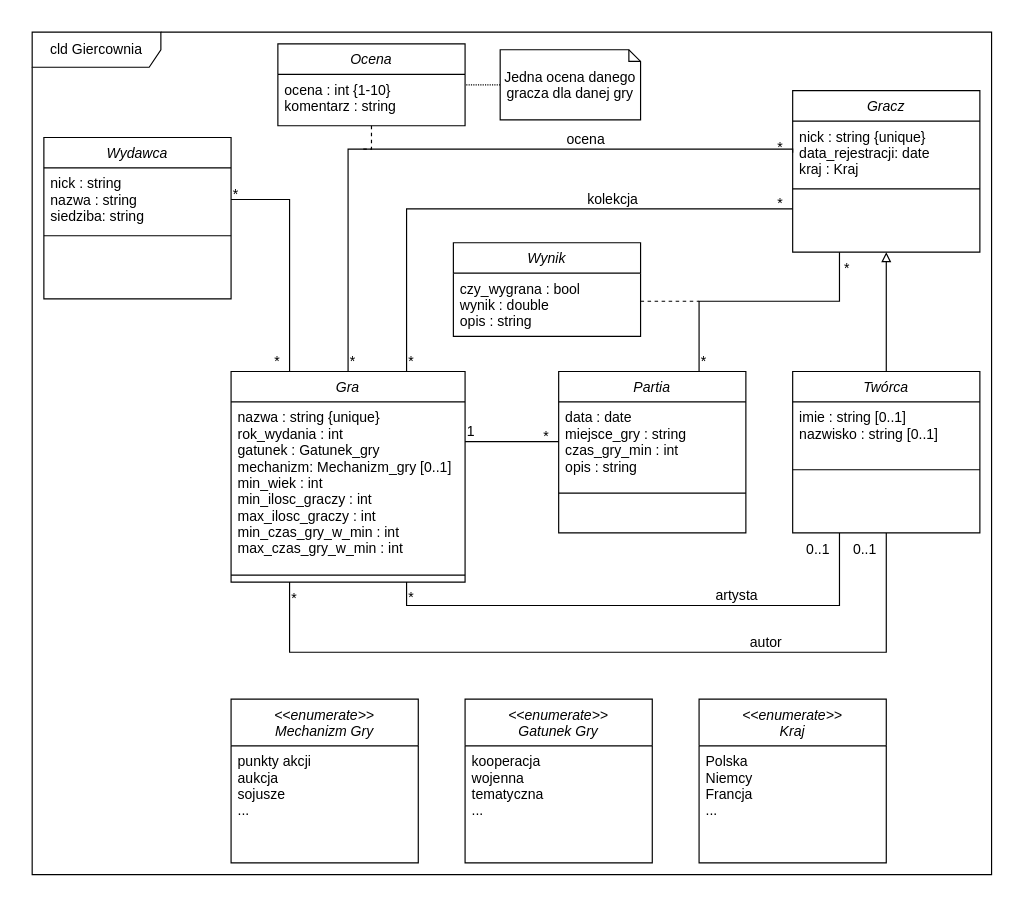
Before: MP0/tin_zaoczne_18c_s17524_model.drawio in BielinskiLukasz/TIN, a draw.io diagram. Source tidied: cells renumbered, new cells numbered last; positions are measured from the earlier drawing's top-left corner, leaving out a move shared by most shapes. Both pictures are drawn from the tidied source at 117%, with x=0, y=0 at pixel (20, 20).
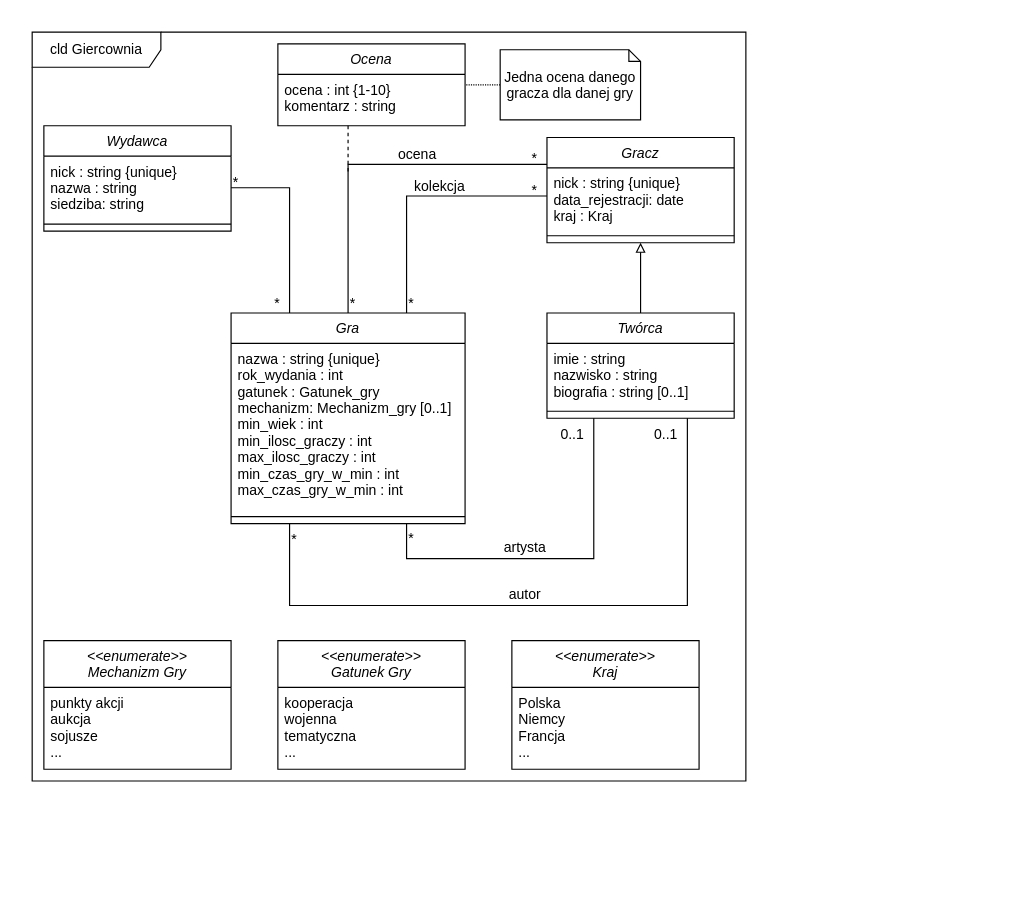
The same page after the edit.

Unchanged cells that the change refers to:
```xml
<mxCell id="14" value="nick : string {unique}&#10;data_rejestracji: date&#10;kraj : Kraj" style="text;align=left;verticalAlign=top;spacingLeft=4;spacingRight=4;overflow=hidden;points=[[0,0.5],[1,0.5]];portConstraint=eastwest;" parent="13" vertex="1">
  <mxGeometry y="26" width="160" height="54" as="geometry" />
</mxCell>
<mxCell id="45" value="Ocena" style="swimlane;fontStyle=2;align=center;verticalAlign=top;horizontal=1;startSize=26;rounded=0;shadow=0;strokeWidth=1;" parent="1" vertex="1">
  <mxGeometry x="220" y="20" width="160" height="70" as="geometry" />
</mxCell>
```

Diff of the diagram source:
```diff
@@
     <mxCell id="2" style="rounded=0;whiteSpace=wrap;html=1;strokeColor=#FFFFFF;" parent="1" vertex="1">
-      <mxGeometry width="840" height="740" as="geometry" />
+      <mxGeometry width="630" height="660" as="geometry" />
     </mxCell>
     <mxCell id="3" value="cld Giercownia" style="shape=umlFrame;whiteSpace=wrap;html=1;width=110;height=30;" parent="1" vertex="1">
-      <mxGeometry x="10" y="10" width="820" height="720" as="geometry" />
+      <mxGeometry x="10" y="10" width="610" height="640" as="geometry" />
     </mxCell>
     <mxCell id="4" value="Gra" style="swimlane;fontStyle=2;align=center;verticalAlign=top;horizontal=1;startSize=26;rounded=0;shadow=0;strokeWidth=1;" parent="1" vertex="1">
-      <mxGeometry x="180" y="300" width="200" height="180" as="geometry" />
+      <mxGeometry x="180" y="250" width="200" height="180" as="geometry" />
     </mxCell>
@@
-    <mxCell id="7" style="endArrow=none;shadow=0;strokeWidth=1;rounded=0;endFill=0;edgeStyle=elbowEdgeStyle;elbow=vertical;" parent="1" edge="1" source="4" target="11">
-      <mxGeometry x="0.5" y="41" relative="1" as="geometry">
-        <Array as="points">
-          <mxPoint x="385" y="360" />
-        </Array>
-        <mxPoint x="-40" y="32" as="offset" />
-      </mxGeometry>
-    </mxCell>
-    <mxCell id="8" value="1" style="align=left;verticalAlign=bottom;labelBackgroundColor=none;fontSize=12;" parent="7" vertex="1">
-      <mxGeometry x="-1" relative="1" as="geometry" />
-    </mxCell>
-    <mxCell id="9" value="*" style="align=right;verticalAlign=bottom;labelBackgroundColor=none;fontSize=12;" parent="7" vertex="1">
-      <mxGeometry x="1" relative="1" as="geometry">
-        <mxPoint x="-7" y="4" as="offset" />
-      </mxGeometry>
-    </mxCell>
-    <mxCell id="10" value="Partia" style="swimlane;fontStyle=2;align=center;verticalAlign=top;horizontal=1;startSize=26;rounded=0;shadow=0;strokeWidth=1;" parent="1" vertex="1">
-      <mxGeometry x="460" y="300" width="160" height="138" as="geometry" />
-    </mxCell>
-    <mxCell id="11" value="data : date&#10;miejsce_gry : string&#10;czas_gry_min : int&#10;opis : string" style="text;align=left;verticalAlign=top;spacingLeft=4;spacingRight=4;overflow=hidden;points=[[0,0.5],[1,0.5]];portConstraint=eastwest;" parent="10" vertex="1">
-      <mxGeometry y="26" width="160" height="74" as="geometry" />
-    </mxCell>
-    <mxCell id="12" style="line;html=1;strokeWidth=1;align=left;verticalAlign=middle;spacingTop=-1;spacingLeft=3;spacingRight=3;labelPosition=right;" parent="10" vertex="1">
-      <mxGeometry y="100" width="160" height="8" as="geometry" />
-    </mxCell>
     <mxCell id="13" value="Gracz" style="swimlane;fontStyle=2;align=center;verticalAlign=top;horizontal=1;startSize=26;rounded=0;shadow=0;strokeWidth=1;" parent="1" vertex="1">
-      <mxGeometry x="660" y="60" width="160" height="138" as="geometry" />
+      <mxGeometry x="450" y="100" width="160" height="90" as="geometry" />
     </mxCell>
@@
     <mxCell id="16" value="&lt;&lt;enumerate&gt;&gt;&#10;Kraj" style="swimlane;fontStyle=2;align=center;verticalAlign=top;horizontal=1;startSize=40;rounded=0;shadow=0;strokeWidth=1;" parent="1" vertex="1">
-      <mxGeometry x="580" y="580" width="160" height="140" as="geometry" />
+      <mxGeometry x="420" y="530" width="160" height="110" as="geometry" />
     </mxCell>
     <mxCell id="17" value="Polska&#10;Niemcy&#10;Francja&#10;..." style="text;align=left;verticalAlign=top;spacingLeft=4;spacingRight=4;overflow=hidden;" parent="16" vertex="1">
-      <mxGeometry y="40" width="160" height="100" as="geometry" />
+      <mxGeometry y="40" width="160" height="70" as="geometry" />
     </mxCell>
     <mxCell id="18" value="&lt;&lt;enumerate&gt;&gt;&#10;Gatunek Gry" style="swimlane;fontStyle=2;align=center;verticalAlign=top;horizontal=1;startSize=40;rounded=0;shadow=0;strokeWidth=1;" parent="1" vertex="1">
-      <mxGeometry x="380" y="580" width="160" height="140" as="geometry" />
+      <mxGeometry x="220" y="530" width="160" height="110" as="geometry" />
     </mxCell>
     <mxCell id="19" value="kooperacja&#10;wojenna&#10;tematyczna&#10;..." style="text;align=left;verticalAlign=top;spacingLeft=4;spacingRight=4;overflow=hidden;" parent="18" vertex="1">
-      <mxGeometry y="40" width="160" height="100" as="geometry" />
+      <mxGeometry y="40" width="160" height="70" as="geometry" />
     </mxCell>
     <mxCell id="20" value="Wydawca" style="swimlane;fontStyle=2;align=center;verticalAlign=top;horizontal=1;startSize=26;rounded=0;shadow=0;strokeWidth=1;" parent="1" vertex="1">
-      <mxGeometry x="20" y="100" width="160" height="138" as="geometry" />
+      <mxGeometry x="20" y="90" width="160" height="90" as="geometry" />
     </mxCell>
-    <mxCell id="21" value="nick : string&#10;nazwa : string&#10;siedziba: string" style="text;align=left;verticalAlign=top;spacingLeft=4;spacingRight=4;overflow=hidden;points=[[0,0.5],[1,0.5]];portConstraint=eastwest;" parent="20" vertex="1">
+    <mxCell id="21" value="nick : string {unique}&#10;nazwa : string&#10;siedziba: string" style="text;align=left;verticalAlign=top;spacingLeft=4;spacingRight=4;overflow=hidden;points=[[0,0.5],[1,0.5]];portConstraint=eastwest;" parent="20" vertex="1">
       <mxGeometry y="26" width="160" height="54" as="geometry" />
     </mxCell>
@@
-    <mxCell id="23" value="Wynik" style="swimlane;fontStyle=2;align=center;verticalAlign=top;horizontal=1;startSize=26;rounded=0;shadow=0;strokeWidth=1;" parent="1" vertex="1">
-      <mxGeometry x="370" y="190" width="160" height="80" as="geometry" />
-    </mxCell>
-    <mxCell id="24" value="czy_wygrana : bool&#10;wynik : double&#10;opis : string" style="text;align=left;verticalAlign=top;spacingLeft=4;spacingRight=4;overflow=hidden;" parent="23" vertex="1">
-      <mxGeometry y="26" width="160" height="44" as="geometry" />
-    </mxCell>
     <mxCell id="25" style="endArrow=none;shadow=0;strokeWidth=1;rounded=0;endFill=0;edgeStyle=elbowEdgeStyle;elbow=vertical;exitX=1;exitY=0.5;exitDx=0;exitDy=0;entryX=0.25;entryY=0;entryDx=0;entryDy=0;" parent="1" edge="1" source="21" target="4">
       <mxGeometry x="0.5" y="41" relative="1" as="geometry">
         <Array as="points">
-          <mxPoint x="210" y="153" />
-          <mxPoint x="90" y="153" />
-          <mxPoint x="100" y="160" />
+          <mxPoint x="210" y="143" />
+          <mxPoint x="90" y="103" />
+          <mxPoint x="100" y="110" />
         </Array>
         <mxPoint x="-40" y="32" as="offset" />
       </mxGeometry>
     </mxCell>
@@
-    <mxCell id="28" style="endArrow=none;shadow=0;strokeWidth=1;rounded=0;endFill=0;edgeStyle=elbowEdgeStyle;elbow=vertical;exitX=0.75;exitY=0;exitDx=0;exitDy=0;entryX=0.25;entryY=1;entryDx=0;entryDy=0;" parent="1" edge="1" source="10" target="13">
-      <mxGeometry x="0.5" y="41" relative="1" as="geometry">
-        <Array as="points">
-          <mxPoint x="640" y="240" />
-        </Array>
-        <mxPoint x="-40" y="32" as="offset" />
-      </mxGeometry>
-    </mxCell>
-    <mxCell id="29" value="*" style="align=left;verticalAlign=bottom;labelBackgroundColor=none;fontSize=12;" parent="28" vertex="1">
-      <mxGeometry x="-1" relative="1" as="geometry" />
-    </mxCell>
-    <mxCell id="30" value="*" style="align=right;verticalAlign=bottom;labelBackgroundColor=none;fontSize=12;" parent="28" vertex="1">
-      <mxGeometry x="1" relative="1" as="geometry">
-        <mxPoint x="10" y="22" as="offset" />
-      </mxGeometry>
-    </mxCell>
-    <mxCell id="31" style="endArrow=none;shadow=0;strokeWidth=1;rounded=0;endFill=0;edgeStyle=elbowEdgeStyle;elbow=vertical;exitX=0.75;exitY=0;exitDx=0;exitDy=0;entryX=0;entryY=0.5;entryDx=0;entryDy=0;" parent="1" edge="1" source="4">
+    <mxCell id="31" style="endArrow=none;shadow=0;strokeWidth=1;rounded=0;endFill=0;edgeStyle=elbowEdgeStyle;elbow=vertical;exitX=0.75;exitY=0;exitDx=0;exitDy=0;" parent="1" edge="1" source="4">
       <mxGeometry x="0.5" y="41" relative="1" as="geometry">
-        <mxPoint x="660" y="161" as="targetPoint" />
+        <mxPoint x="450" y="150" as="targetPoint" />
         <Array as="points">
-          <mxPoint x="360" y="161" />
+          <mxPoint x="390" y="150" />
+          <mxPoint x="400" y="160" />
+          <mxPoint x="390" y="103" />
         </Array>
         <mxPoint x="-40" y="32" as="offset" />
       </mxGeometry>
     </mxCell>
@@
-    <mxCell id="35" style="endArrow=none;shadow=0;strokeWidth=1;rounded=0;endFill=0;edgeStyle=elbowEdgeStyle;elbow=vertical;exitX=0.5;exitY=0;exitDx=0;exitDy=0;entryX=0;entryY=0.5;entryDx=0;entryDy=0;" parent="1" edge="1" source="4" target="14">
+    <mxCell id="35" style="endArrow=none;shadow=0;strokeWidth=1;rounded=0;endFill=0;edgeStyle=elbowEdgeStyle;elbow=vertical;exitX=0.5;exitY=0;exitDx=0;exitDy=0;entryX=0;entryY=0.25;entryDx=0;entryDy=0;" parent="1" edge="1" source="4" target="13">
       <mxGeometry x="0.5" y="41" relative="1" as="geometry">
         <Array as="points">
-          <mxPoint x="350" y="110" />
-          <mxPoint x="350" y="113" />
+          <mxPoint x="370" y="123" />
+          <mxPoint x="350" y="63" />
         </Array>
         <mxPoint x="-40" y="32" as="offset" />
       </mxGeometry>
     </mxCell>
@@
     <mxCell id="40" value="Twórca" style="swimlane;fontStyle=2;align=center;verticalAlign=top;horizontal=1;startSize=26;rounded=0;shadow=0;strokeWidth=1;" parent="1" vertex="1">
-      <mxGeometry x="660" y="300" width="160" height="138" as="geometry" />
+      <mxGeometry x="450" y="250" width="160" height="90" as="geometry" />
     </mxCell>
-    <mxCell id="41" value="imie : string [0..1]&#10;nazwisko : string [0..1]" style="text;align=left;verticalAlign=top;spacingLeft=4;spacingRight=4;overflow=hidden;" parent="40" vertex="1">
+    <mxCell id="41" value="imie : string&#10;nazwisko : string&#10;biografia : string [0..1]" style="text;align=left;verticalAlign=top;spacingLeft=4;spacingRight=4;overflow=hidden;" parent="40" vertex="1">
       <mxGeometry y="26" width="160" height="54" as="geometry" />
     </mxCell>
@@
-    <mxCell id="43" style="edgeStyle=orthogonalEdgeStyle;rounded=0;orthogonalLoop=1;jettySize=auto;html=1;endArrow=none;endFill=0;dashed=1;" parent="1" edge="1">
-      <mxGeometry relative="1" as="geometry">
-        <mxPoint x="530" y="240" as="sourcePoint" />
-        <mxPoint x="580" y="240" as="targetPoint" />
-        <Array as="points">
-          <mxPoint x="530" y="240" />
-        </Array>
-      </mxGeometry>
-    </mxCell>
     <mxCell id="44" style="edgeStyle=orthogonalEdgeStyle;rounded=0;jettySize=auto;html=1;dashed=1;endArrow=none;endFill=0;" parent="1" edge="1" source="45">
       <mxGeometry relative="1" as="geometry">
-        <mxPoint x="290" y="110" as="targetPoint" />
+        <mxPoint x="280" y="130" as="targetPoint" />
+        <Array as="points">
+          <mxPoint x="280" y="110" />
+          <mxPoint x="280" y="110" />
+        </Array>
       </mxGeometry>
     </mxCell>
@@
     <mxCell id="47" style="endArrow=none;shadow=0;strokeWidth=1;rounded=0;endFill=0;edgeStyle=elbowEdgeStyle;elbow=vertical;exitX=0.75;exitY=1;exitDx=0;exitDy=0;entryX=0.25;entryY=1;entryDx=0;entryDy=0;" parent="1" edge="1" source="4" target="40">
       <mxGeometry x="0.5" y="41" relative="1" as="geometry">
         <Array as="points">
-          <mxPoint x="520" y="500" />
+          <mxPoint x="420" y="460" />
         </Array>
         <mxPoint x="-40" y="32" as="offset" />
       </mxGeometry>
     </mxCell>
@@
     <mxCell id="50" value="artysta" style="text;html=1;align=center;verticalAlign=middle;labelBackgroundColor=none;rounded=0;shadow=0;strokeWidth=1;fontSize=12;" parent="47" vertex="1">
       <mxGeometry x="0.5" y="49" relative="1" as="geometry">
-        <mxPoint x="-38" y="40" as="offset" />
+        <mxPoint x="-11" y="33" as="offset" />
       </mxGeometry>
     </mxCell>
-    <mxCell id="51" style="endArrow=none;shadow=0;strokeWidth=1;rounded=0;endFill=0;edgeStyle=elbowEdgeStyle;elbow=vertical;entryX=0.5;entryY=1;entryDx=0;entryDy=0;exitX=0.25;exitY=1;exitDx=0;exitDy=0;" parent="1" edge="1" source="4" target="40">
+    <mxCell id="51" style="endArrow=none;shadow=0;strokeWidth=1;rounded=0;endFill=0;edgeStyle=elbowEdgeStyle;elbow=vertical;entryX=0.75;entryY=1;entryDx=0;entryDy=0;exitX=0.25;exitY=1;exitDx=0;exitDy=0;" parent="1" edge="1" source="4" target="40">
       <mxGeometry x="0.5" y="41" relative="1" as="geometry">
         <Array as="points">
-          <mxPoint x="480" y="540" />
+          <mxPoint x="380" y="500" />
         </Array>
         <mxPoint x="-40" y="32" as="offset" />
       </mxGeometry>
     </mxCell>
@@
     <mxCell id="54" value="autor" style="text;html=1;align=center;verticalAlign=middle;labelBackgroundColor=none;rounded=0;shadow=0;strokeWidth=1;fontSize=12;" parent="51" vertex="1">
       <mxGeometry x="0.5" y="49" relative="1" as="geometry">
-        <mxPoint x="-38" y="40" as="offset" />
+        <mxPoint x="-91" y="8" as="offset" />
       </mxGeometry>
     </mxCell>
     <mxCell id="55" value="&lt;&lt;enumerate&gt;&gt;&#10;Mechanizm Gry" style="swimlane;fontStyle=2;align=center;verticalAlign=top;horizontal=1;startSize=40;rounded=0;shadow=0;strokeWidth=1;" parent="1" vertex="1">
-      <mxGeometry x="180" y="580" width="160" height="140" as="geometry" />
+      <mxGeometry x="20" y="530" width="160" height="110" as="geometry" />
     </mxCell>
     <mxCell id="56" value="punkty akcji&#10;aukcja&#10;sojusze&#10;..." style="text;align=left;verticalAlign=top;spacingLeft=4;spacingRight=4;overflow=hidden;" parent="55" vertex="1">
-      <mxGeometry y="40" width="160" height="100" as="geometry" />
+      <mxGeometry y="40" width="160" height="70" as="geometry" />
     </mxCell>
```
